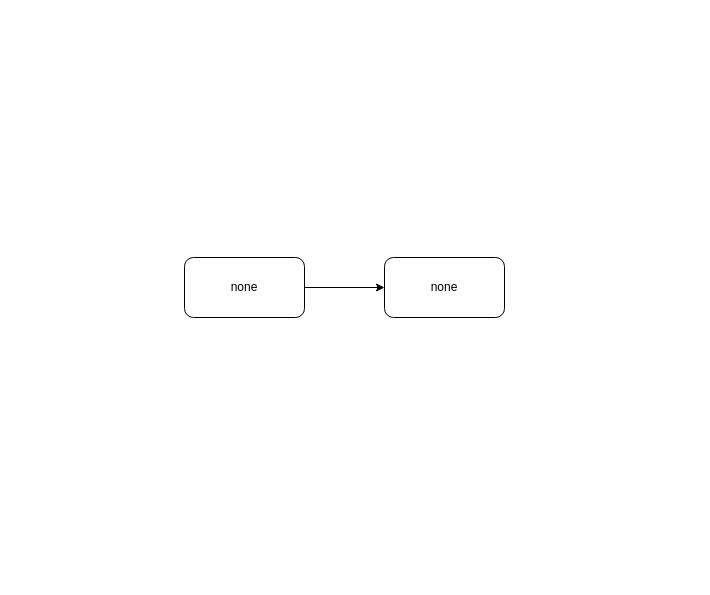
This is doc.drawio from Zombobot1/bike2, a draw.io file, before an edit. Source tidied: cells renumbered, new cells numbered last; positions are measured from the earlier drawing's top-left corner, leaving out a move shared by most shapes. Both pictures are drawn from the tidied source at 100%, with x=0, y=0 at pixel (184, 257).
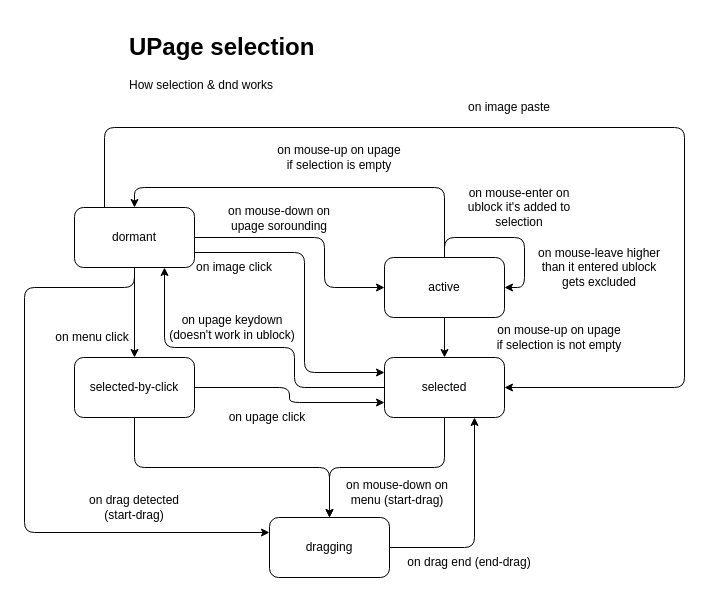
Above is the later version.

The edit, as a diff of the source:
```diff
@@
-    <mxCell id="2" style="edgeStyle=orthogonalEdgeStyle;rounded=0;jettySize=auto;html=1;" parent="1" edge="1" source="3" target="4">
-      <mxGeometry relative="1" as="geometry" />
+    <mxCell id="2" style="edgeStyle=orthogonalEdgeStyle;rounded=1;jettySize=auto;html=1;" parent="1" edge="1" source="3" target="4">
+      <mxGeometry relative="1" as="geometry">
+        <Array as="points">
+          <mxPoint x="140" y="-20" />
+          <mxPoint x="140" y="30" />
+        </Array>
+      </mxGeometry>
     </mxCell>
+    <mxCell id="5" style="edgeStyle=orthogonalEdgeStyle;rounded=1;jettySize=auto;html=1;entryX=0.5;entryY=0;entryDx=0;entryDy=0;" parent="1" edge="1" source="3" target="22">
+      <mxGeometry relative="1" as="geometry" />
+    </mxCell>
+    <mxCell id="6" style="edgeStyle=orthogonalEdgeStyle;rounded=1;jettySize=auto;elbow=vertical;html=1;entryX=0;entryY=0.25;entryDx=0;entryDy=0;" parent="1" edge="1" source="3" target="28">
+      <mxGeometry relative="1" as="geometry">
+        <Array as="points">
+          <mxPoint x="-50" y="30" />
+          <mxPoint x="-160" y="30" />
+          <mxPoint x="-160" y="275" />
+        </Array>
+      </mxGeometry>
+    </mxCell>
+    <mxCell id="7" style="edgeStyle=orthogonalEdgeStyle;rounded=1;jettySize=auto;html=1;entryX=1;entryY=0.5;entryDx=0;entryDy=0;exitX=0.25;exitY=0;exitDx=0;exitDy=0;" parent="1" edge="1" source="3" target="18">
+      <mxGeometry relative="1" as="geometry">
+        <Array as="points">
+          <mxPoint x="-80" y="-130" />
+          <mxPoint x="500" y="-130" />
+          <mxPoint x="500" y="130" />
+        </Array>
+      </mxGeometry>
+    </mxCell>
+    <mxCell id="8" style="edgeStyle=orthogonalEdgeStyle;rounded=1;jettySize=auto;html=1;entryX=0;entryY=0.25;entryDx=0;entryDy=0;exitX=1;exitY=0.75;exitDx=0;exitDy=0;" parent="1" edge="1" source="3" target="18">
+      <mxGeometry relative="1" as="geometry">
+        <Array as="points">
+          <mxPoint x="120" y="-5" />
+          <mxPoint x="120" y="115" />
+        </Array>
+      </mxGeometry>
+    </mxCell>
-    <mxCell id="3" value="none" style="rounded=1;whiteSpace=wrap;html=1;" parent="1" vertex="1">
-      <mxGeometry width="120" height="60" as="geometry" />
+    <mxCell id="3" value="dormant" style="rounded=1;whiteSpace=wrap;html=1;" parent="1" vertex="1">
+      <mxGeometry x="-110" y="-50" width="120" height="60" as="geometry" />
     </mxCell>
+    <mxCell id="9" style="edgeStyle=orthogonalEdgeStyle;rounded=1;orthogonalLoop=1;jettySize=auto;html=1;entryX=1;entryY=0.5;entryDx=0;entryDy=0;" parent="1" edge="1" source="4" target="4">
+      <mxGeometry relative="1" as="geometry" />
+    </mxCell>
+    <mxCell id="10" style="edgeStyle=orthogonalEdgeStyle;rounded=1;jettySize=auto;html=1;entryX=0.5;entryY=0;entryDx=0;entryDy=0;" parent="1" edge="1" source="4" target="18">
+      <mxGeometry relative="1" as="geometry" />
+    </mxCell>
+    <mxCell id="11" style="edgeStyle=orthogonalEdgeStyle;rounded=1;jettySize=auto;html=1;exitX=0.5;exitY=0;exitDx=0;exitDy=0;entryX=0.5;entryY=0;entryDx=0;entryDy=0;" parent="1" edge="1" source="4" target="3">
+      <mxGeometry relative="1" as="geometry">
+        <Array as="points">
+          <mxPoint x="260" y="-70" />
+          <mxPoint x="-50" y="-70" />
+        </Array>
+      </mxGeometry>
+    </mxCell>
-    <mxCell id="4" value="none" style="rounded=1;whiteSpace=wrap;html=1;" parent="1" vertex="1">
+    <mxCell id="4" value="active" style="rounded=1;whiteSpace=wrap;html=1;" parent="1" vertex="1">
       <mxGeometry x="200" width="120" height="60" as="geometry" />
     </mxCell>
+    <mxCell id="12" value="on mouse-down on upage sorounding" style="text;html=1;strokeColor=none;fillColor=none;align=center;verticalAlign=middle;whiteSpace=wrap;rounded=0;" parent="1" vertex="1">
+      <mxGeometry x="30" y="-54" width="130" height="30" as="geometry" />
+    </mxCell>
+    <mxCell id="13" value="&lt;h1&gt;UPage selection&lt;/h1&gt;&lt;p&gt;How selection &amp;amp; dnd works&lt;/p&gt;" style="text;html=1;strokeColor=none;fillColor=none;spacing=5;spacingTop=-20;whiteSpace=wrap;overflow=hidden;rounded=0;" parent="1" vertex="1">
+      <mxGeometry x="-60" y="-230" width="200" height="70" as="geometry" />
+    </mxCell>
+    <mxCell id="14" value="on mouse-enter on ublock it's added to selection" style="text;html=1;strokeColor=none;fillColor=none;align=center;verticalAlign=middle;whiteSpace=wrap;rounded=0;" parent="1" vertex="1">
+      <mxGeometry x="270" y="-80" width="130" height="60" as="geometry" />
+    </mxCell>
+    <mxCell id="15" value="on mouse-leave higher than it entered ublock gets excluded" style="text;html=1;strokeColor=none;fillColor=none;align=center;verticalAlign=middle;whiteSpace=wrap;rounded=0;" parent="1" vertex="1">
+      <mxGeometry x="350" y="-20" width="130" height="60" as="geometry" />
+    </mxCell>
+    <mxCell id="16" style="edgeStyle=orthogonalEdgeStyle;rounded=1;jettySize=auto;html=1;entryX=0.75;entryY=1;entryDx=0;entryDy=0;exitX=0;exitY=0.5;exitDx=0;exitDy=0;" parent="1" edge="1" source="18" target="3">
+      <mxGeometry relative="1" as="geometry">
+        <Array as="points">
+          <mxPoint x="110" y="130" />
+          <mxPoint x="110" y="90" />
+          <mxPoint x="-20" y="90" />
+        </Array>
+      </mxGeometry>
+    </mxCell>
+    <mxCell id="17" style="edgeStyle=elbowEdgeStyle;rounded=1;jettySize=auto;html=1;entryX=0.5;entryY=0;entryDx=0;entryDy=0;elbow=vertical;" parent="1" edge="1" source="18" target="28">
+      <mxGeometry relative="1" as="geometry" />
+    </mxCell>
+    <mxCell id="18" value="selected" style="rounded=1;whiteSpace=wrap;html=1;" parent="1" vertex="1">
+      <mxGeometry x="200" y="100" width="120" height="60" as="geometry" />
+    </mxCell>
+    <mxCell id="19" value="on menu click" style="text;html=1;strokeColor=none;fillColor=none;align=center;verticalAlign=middle;whiteSpace=wrap;rounded=0;" parent="1" vertex="1">
+      <mxGeometry x="-157" y="50" width="130" height="60" as="geometry" />
+    </mxCell>
+    <mxCell id="20" style="edgeStyle=elbowEdgeStyle;rounded=1;jettySize=auto;html=1;entryX=0;entryY=0.75;entryDx=0;entryDy=0;" parent="1" edge="1" source="22" target="18">
+      <mxGeometry relative="1" as="geometry" />
+    </mxCell>
+    <mxCell id="21" style="edgeStyle=elbowEdgeStyle;rounded=1;jettySize=auto;elbow=vertical;html=1;entryX=0.5;entryY=0;entryDx=0;entryDy=0;" parent="1" edge="1" source="22" target="28">
+      <mxGeometry relative="1" as="geometry" />
+    </mxCell>
+    <mxCell id="22" value="selected-by-click" style="rounded=1;whiteSpace=wrap;html=1;" parent="1" vertex="1">
+      <mxGeometry x="-110" y="100" width="120" height="60" as="geometry" />
+    </mxCell>
+    <mxCell id="23" value="on mouse-up on upage if selection is not empty" style="text;html=1;strokeColor=none;fillColor=none;align=center;verticalAlign=middle;whiteSpace=wrap;rounded=0;" parent="1" vertex="1">
+      <mxGeometry x="310" y="50" width="130" height="60" as="geometry" />
+    </mxCell>
+    <mxCell id="24" value="on mouse-up on upage if selection is empty" style="text;html=1;strokeColor=none;fillColor=none;align=center;verticalAlign=middle;whiteSpace=wrap;rounded=0;" parent="1" vertex="1">
+      <mxGeometry x="90" y="-130" width="130" height="60" as="geometry" />
+    </mxCell>
+    <mxCell id="25" value="on upage click" style="text;html=1;strokeColor=none;fillColor=none;align=center;verticalAlign=middle;whiteSpace=wrap;rounded=0;" parent="1" vertex="1">
+      <mxGeometry x="18" y="130" width="130" height="60" as="geometry" />
+    </mxCell>
+    <mxCell id="26" value="on upage keydown (doesn't work in ublock)" style="text;html=1;strokeColor=none;fillColor=none;align=center;verticalAlign=middle;whiteSpace=wrap;rounded=0;" parent="1" vertex="1">
+      <mxGeometry x="-22" y="60" width="140" height="20" as="geometry" />
+    </mxCell>
+    <mxCell id="27" style="edgeStyle=orthogonalEdgeStyle;rounded=1;jettySize=auto;html=1;entryX=0.75;entryY=1;entryDx=0;entryDy=0;" parent="1" edge="1" source="28" target="18">
+      <mxGeometry relative="1" as="geometry">
+        <Array as="points">
+          <mxPoint x="290" y="290" />
+        </Array>
+      </mxGeometry>
+    </mxCell>
+    <mxCell id="28" value="dragging" style="rounded=1;whiteSpace=wrap;html=1;" parent="1" vertex="1">
+      <mxGeometry x="85" y="260" width="120" height="60" as="geometry" />
+    </mxCell>
+    <mxCell id="29" value="on mouse-down on menu (start-drag)" style="text;html=1;strokeColor=none;fillColor=none;align=center;verticalAlign=middle;whiteSpace=wrap;rounded=0;" parent="1" vertex="1">
+      <mxGeometry x="148" y="205" width="130" height="60" as="geometry" />
+    </mxCell>
+    <mxCell id="30" value="on drag detected (start-drag)" style="text;html=1;strokeColor=none;fillColor=none;align=center;verticalAlign=middle;whiteSpace=wrap;rounded=0;" parent="1" vertex="1">
+      <mxGeometry x="-100" y="235" width="100" height="30" as="geometry" />
+    </mxCell>
+    <mxCell id="31" value="on drag end (end-drag)" style="text;html=1;strokeColor=none;fillColor=none;align=center;verticalAlign=middle;whiteSpace=wrap;rounded=0;" parent="1" vertex="1">
+      <mxGeometry x="220" y="290" width="130" height="30" as="geometry" />
+    </mxCell>
+    <mxCell id="32" value="on image paste" style="text;html=1;strokeColor=none;fillColor=none;align=center;verticalAlign=middle;whiteSpace=wrap;rounded=0;" parent="1" vertex="1">
+      <mxGeometry x="260" y="-180" width="130" height="60" as="geometry" />
+    </mxCell>
+    <mxCell id="33" value="on image click" style="text;html=1;strokeColor=none;fillColor=none;align=center;verticalAlign=middle;whiteSpace=wrap;rounded=0;" parent="1" vertex="1">
+      <mxGeometry x="-20" width="140" height="20" as="geometry" />
+    </mxCell>
```
